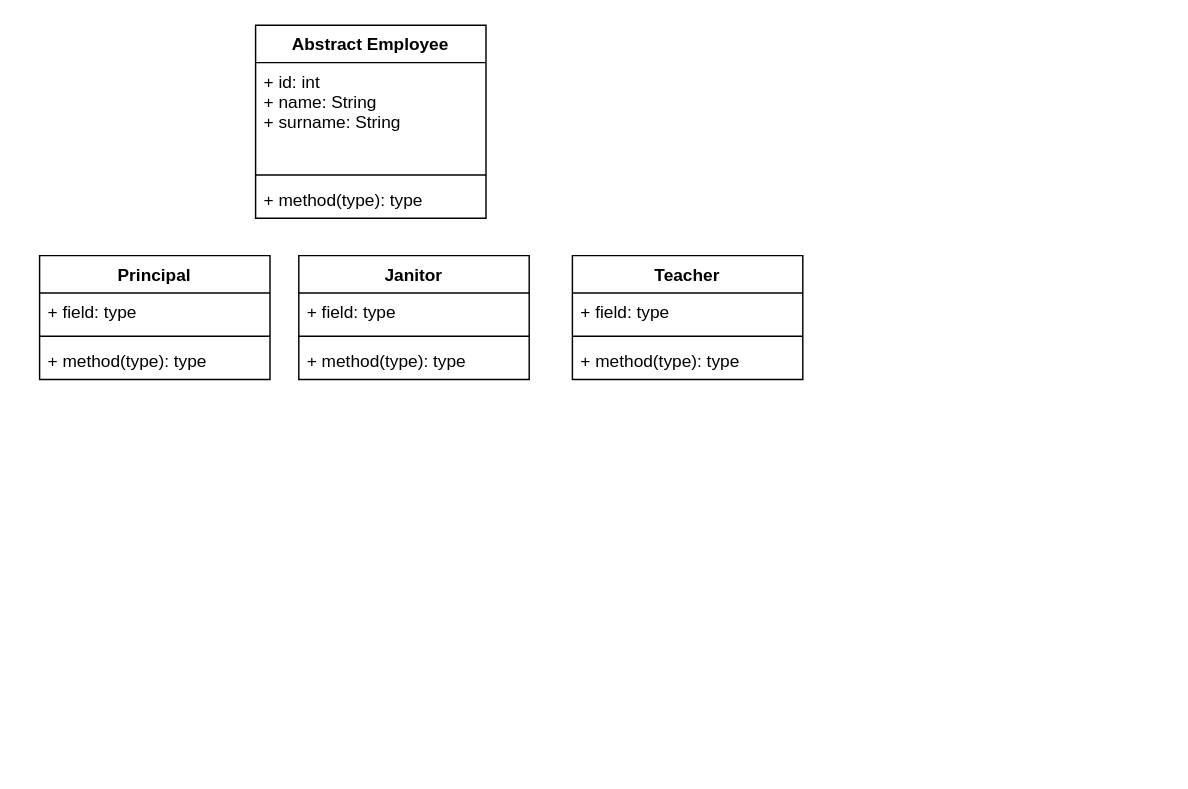
This is dmaceira-exercise1.drawio from diegomaceira/teracode, a draw.io file, before an edit. Source tidied: cells renumbered, new cells numbered last; positions are measured from the earlier drawing's top-left corner, leaving out a move shared by most shapes. Both pictures are drawn from the tidied source at 144%, with x=0, y=0 at pixel (39, 24).
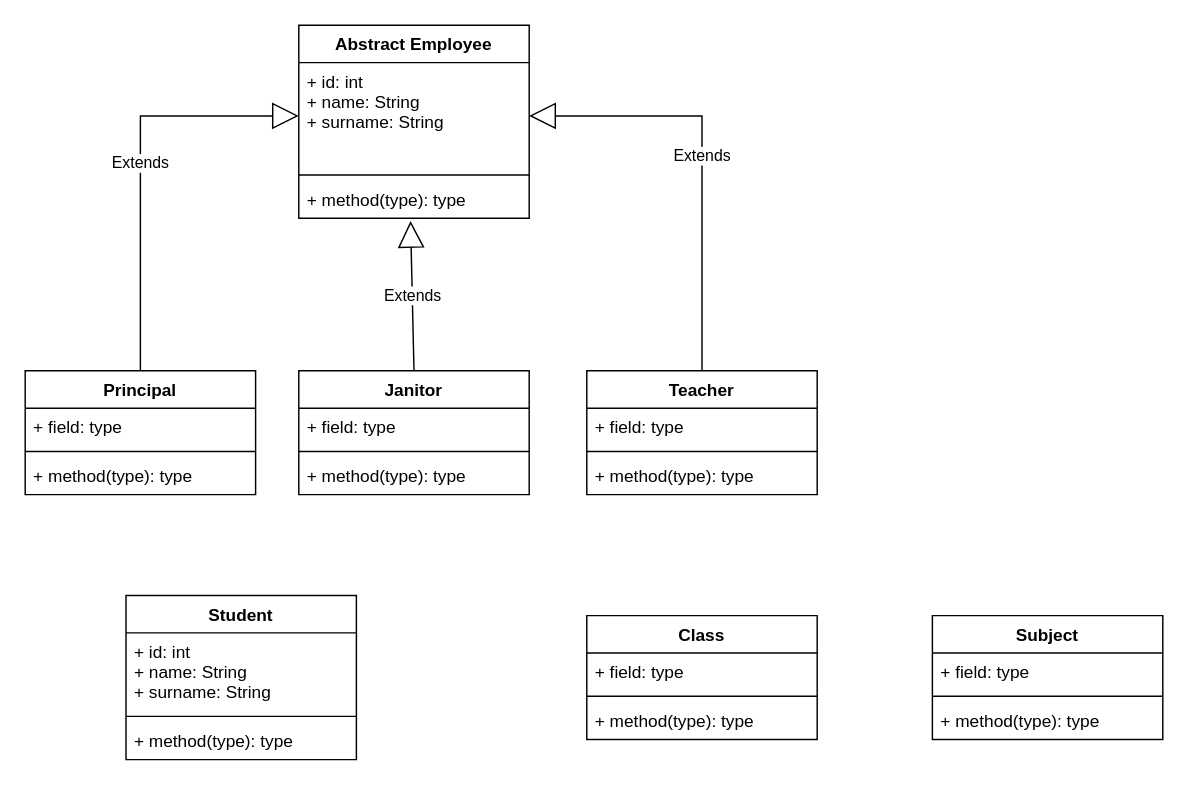
The same page after the edit.

The change refers to these unchanged cells:
```xml
<mxCell id="3" value="+ id: int&#10;+ name: String&#10;+ surname: String" style="text;strokeColor=none;fillColor=none;align=left;verticalAlign=top;spacingLeft=4;spacingRight=4;overflow=hidden;points=[[0,0.5],[1,0.5]];portConstraint=eastwest;" parent="2" vertex="1">
  <mxGeometry y="26" width="160" height="74" as="geometry" />
</mxCell>
<mxCell id="5" value="+ method(type): type" style="text;strokeColor=none;fillColor=none;align=left;verticalAlign=top;spacingLeft=4;spacingRight=4;overflow=hidden;points=[[0,0.5],[1,0.5]];portConstraint=eastwest;" parent="2" vertex="1">
  <mxGeometry y="108" width="160" height="26" as="geometry" />
</mxCell>
```

Diff of the diagram source:
```diff
@@
     <mxCell id="2" value="Abstract Employee" style="swimlane;fontStyle=1;align=center;verticalAlign=top;horizontal=1;startSize=26;" parent="1" vertex="1">
-      <mxGeometry x="150" width="160" height="134" as="geometry" />
+      <mxGeometry x="180" width="160" height="134" as="geometry" />
     </mxCell>
@@
     <mxCell id="6" value="Principal" style="swimlane;fontStyle=1;align=center;verticalAlign=top;horizontal=1;startSize=26;" parent="1" vertex="1">
-      <mxGeometry y="160" width="160" height="86" as="geometry" />
+      <mxGeometry x="-10" y="240" width="160" height="86" as="geometry" />
     </mxCell>
@@
     <mxCell id="10" value="Janitor" style="swimlane;fontStyle=1;align=center;verticalAlign=top;horizontal=1;startSize=26;" parent="1" vertex="1">
-      <mxGeometry x="180" y="160" width="160" height="86" as="geometry" />
+      <mxGeometry x="180" y="240" width="160" height="86" as="geometry" />
     </mxCell>
@@
     <mxCell id="14" value="Teacher" style="swimlane;fontStyle=1;align=center;verticalAlign=top;horizontal=1;startSize=26;" parent="1" vertex="1">
-      <mxGeometry x="370" y="160" width="160" height="86" as="geometry" />
+      <mxGeometry x="380" y="240" width="160" height="86" as="geometry" />
     </mxCell>
@@
+    <mxCell id="18" value="Student" style="swimlane;fontStyle=1;align=center;verticalAlign=top;horizontal=1;startSize=26;" parent="1" vertex="1">
+      <mxGeometry x="60" y="396" width="160" height="114" as="geometry" />
+    </mxCell>
+    <mxCell id="19" value="+ id: int&#10;+ name: String&#10;+ surname: String" style="text;strokeColor=none;fillColor=none;align=left;verticalAlign=top;spacingLeft=4;spacingRight=4;overflow=hidden;" parent="18" vertex="1">
+      <mxGeometry y="26" width="160" height="54" as="geometry" />
+    </mxCell>
+    <mxCell id="20" style="line;strokeWidth=1;fillColor=none;align=left;verticalAlign=middle;spacingTop=-1;spacingLeft=3;spacingRight=3;labelPosition=right;" parent="18" vertex="1">
+      <mxGeometry y="80" width="160" height="8" as="geometry" />
+    </mxCell>
+    <mxCell id="21" value="+ method(type): type" style="text;strokeColor=none;fillColor=none;align=left;verticalAlign=top;spacingLeft=4;spacingRight=4;overflow=hidden;" parent="18" vertex="1">
+      <mxGeometry y="88" width="160" height="26" as="geometry" />
+    </mxCell>
+    <mxCell id="22" value="Subject" style="swimlane;fontStyle=1;align=center;verticalAlign=top;horizontal=1;startSize=26;" parent="1" vertex="1">
+      <mxGeometry x="620" y="410" width="160" height="86" as="geometry" />
+    </mxCell>
+    <mxCell id="23" value="+ field: type" style="text;strokeColor=none;fillColor=none;align=left;verticalAlign=top;spacingLeft=4;spacingRight=4;overflow=hidden;" parent="22" vertex="1">
+      <mxGeometry y="26" width="160" height="26" as="geometry" />
+    </mxCell>
+    <mxCell id="24" style="line;strokeWidth=1;fillColor=none;align=left;verticalAlign=middle;spacingTop=-1;spacingLeft=3;spacingRight=3;labelPosition=right;" parent="22" vertex="1">
+      <mxGeometry y="52" width="160" height="8" as="geometry" />
+    </mxCell>
+    <mxCell id="25" value="+ method(type): type" style="text;strokeColor=none;fillColor=none;align=left;verticalAlign=top;spacingLeft=4;spacingRight=4;overflow=hidden;" parent="22" vertex="1">
+      <mxGeometry y="60" width="160" height="26" as="geometry" />
+    </mxCell>
+    <mxCell id="26" value="Class" style="swimlane;fontStyle=1;align=center;verticalAlign=top;horizontal=1;startSize=26;" parent="1" vertex="1">
+      <mxGeometry x="380" y="410" width="160" height="86" as="geometry" />
+    </mxCell>
+    <mxCell id="27" value="+ field: type" style="text;strokeColor=none;fillColor=none;align=left;verticalAlign=top;spacingLeft=4;spacingRight=4;overflow=hidden;" parent="26" vertex="1">
+      <mxGeometry y="26" width="160" height="26" as="geometry" />
+    </mxCell>
+    <mxCell id="28" style="line;strokeWidth=1;fillColor=none;align=left;verticalAlign=middle;spacingTop=-1;spacingLeft=3;spacingRight=3;labelPosition=right;" parent="26" vertex="1">
+      <mxGeometry y="52" width="160" height="8" as="geometry" />
+    </mxCell>
+    <mxCell id="29" value="+ method(type): type" style="text;strokeColor=none;fillColor=none;align=left;verticalAlign=top;spacingLeft=4;spacingRight=4;overflow=hidden;" parent="26" vertex="1">
+      <mxGeometry y="60" width="160" height="26" as="geometry" />
+    </mxCell>
+    <mxCell id="30" value="Extends" style="endArrow=block;endSize=16;endFill=0;html=1;rounded=0;entryX=0;entryY=0.5;entryDx=0;entryDy=0;exitX=0.5;exitY=0;exitDx=0;exitDy=0;" parent="1" edge="1" source="6" target="3">
+      <mxGeometry relative="1" as="geometry">
+        <Array as="points">
+          <mxPoint x="70" y="63" />
+        </Array>
+      </mxGeometry>
+    </mxCell>
+    <mxCell id="31" value="Extends" style="endArrow=block;endSize=16;endFill=0;html=1;rounded=0;entryX=1;entryY=0.5;entryDx=0;entryDy=0;exitX=0.5;exitY=0;exitDx=0;exitDy=0;" parent="1" edge="1" source="14" target="3">
+      <mxGeometry relative="1" as="geometry">
+        <Array as="points">
+          <mxPoint x="460" y="63" />
+        </Array>
+      </mxGeometry>
+    </mxCell>
+    <mxCell id="32" value="Extends" style="endArrow=block;endSize=16;endFill=0;html=1;rounded=0;entryX=0.485;entryY=1.077;entryDx=0;entryDy=0;exitX=0.5;exitY=0;exitDx=0;exitDy=0;entryPerimeter=0;" parent="1" edge="1" source="10" target="5">
+      <mxGeometry relative="1" as="geometry" />
+    </mxCell>
```
